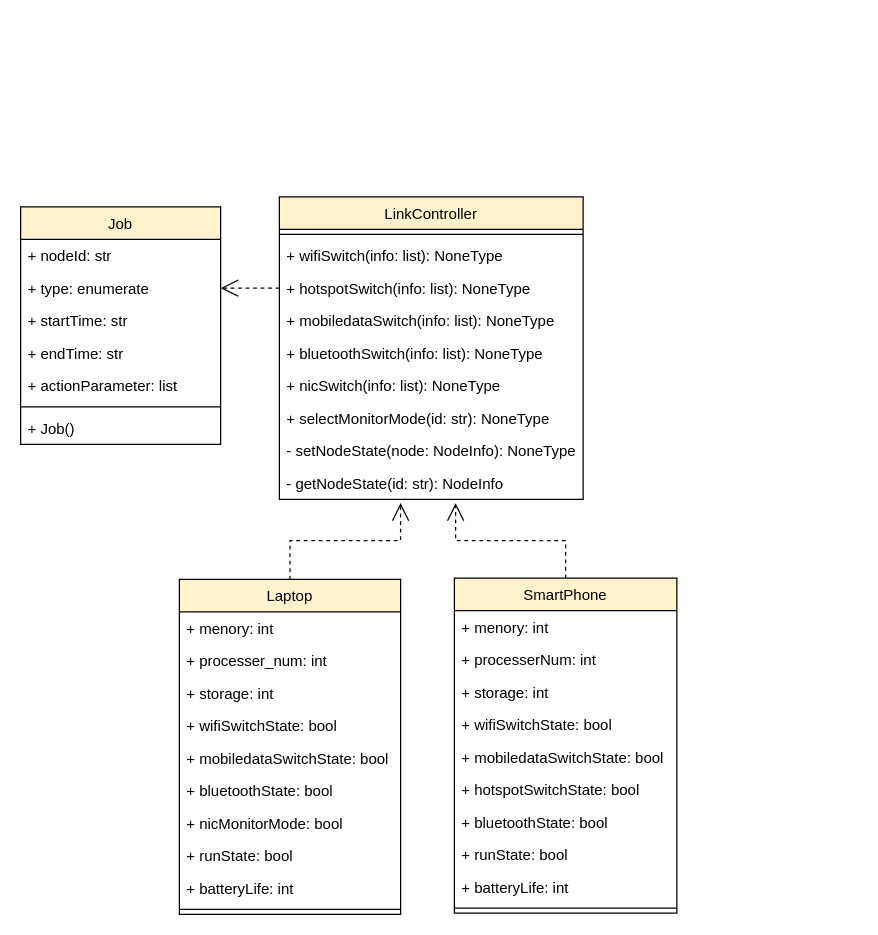
Before: page "类图_链路控制模块" (7 of 13) of 仿真功能模块UML类图.drawio in Icarus1994/neutron_conf, a draw.io diagram. Source tidied: cells renumbered, new cells numbered last; positions are measured from the earlier drawing's top-left corner, leaving out a move shared by most shapes. Both pictures are drawn from the tidied source at 125%, with x=0, y=0 at pixel (20, 196).
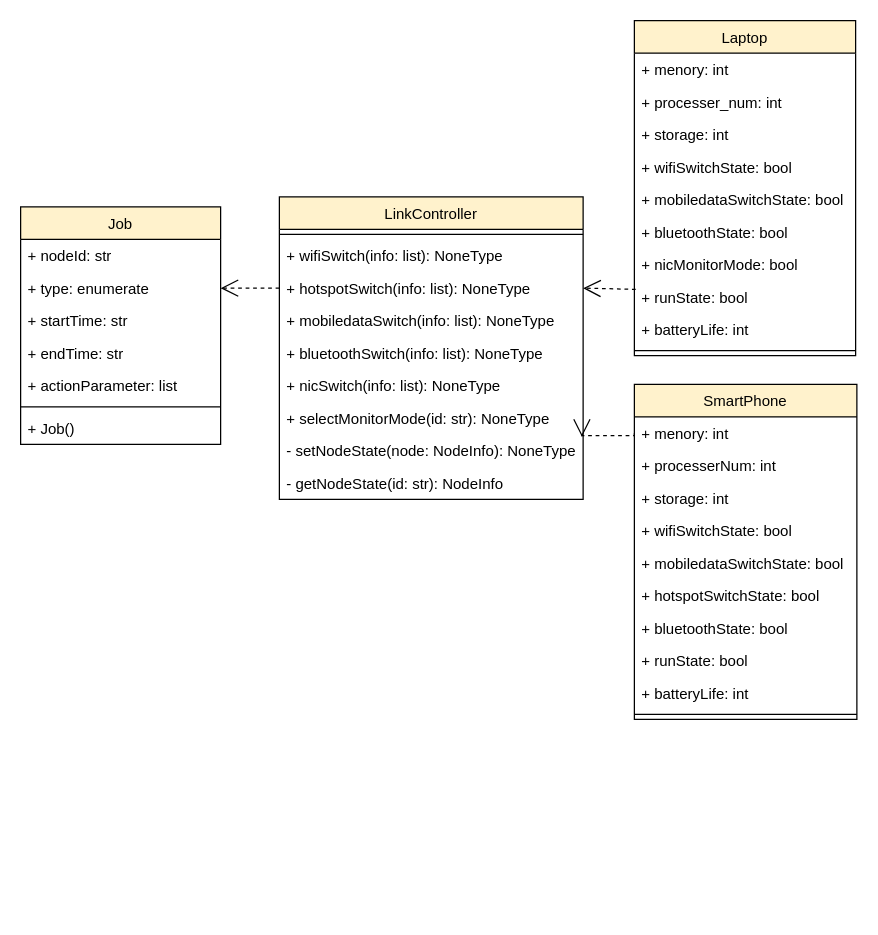
The same diagram, later.

The change refers to these unchanged cells:
```xml
<mxCell id="5" value="+ hotspotSwitch(info: list): NoneType" style="text;strokeColor=none;fillColor=none;align=left;verticalAlign=top;spacingLeft=4;spacingRight=4;overflow=hidden;points=[[0,0.5],[1,0.5]];portConstraint=eastwest;" parent="2" vertex="1">
  <mxGeometry y="60" width="243" height="26" as="geometry" />
</mxCell>
<mxCell id="10" value="- setNodeState(node: NodeInfo): NoneType" style="text;strokeColor=none;fillColor=none;align=left;verticalAlign=top;spacingLeft=4;spacingRight=4;overflow=hidden;points=[[0,0.5],[1,0.5]];portConstraint=eastwest;" parent="2" vertex="1">
  <mxGeometry y="190" width="243" height="26" as="geometry" />
</mxCell>
<mxCell id="11" value="- getNodeState(id: str): NodeInfo" style="text;strokeColor=none;fillColor=none;align=left;verticalAlign=top;spacingLeft=4;spacingRight=4;overflow=hidden;points=[[0,0.5],[1,0.5]];portConstraint=eastwest;" parent="2" vertex="1">
  <mxGeometry y="216" width="243" height="26" as="geometry" />
</mxCell>
<mxCell id="24" value="+ menory: int" style="text;strokeColor=none;fillColor=none;align=left;verticalAlign=top;spacingLeft=4;spacingRight=4;overflow=hidden;points=[[0,0.5],[1,0.5]];portConstraint=eastwest;" parent="23" vertex="1">
  <mxGeometry y="26" width="178" height="26" as="geometry" />
</mxCell>
<mxCell id="42" value="+ runState: bool" style="text;strokeColor=none;fillColor=none;align=left;verticalAlign=top;spacingLeft=4;spacingRight=4;overflow=hidden;points=[[0,0.5],[1,0.5]];portConstraint=eastwest;" parent="34" vertex="1">
  <mxGeometry y="208" width="177" height="26" as="geometry" />
</mxCell>
```

Change to the diagram source:
```diff
@@
-    <mxCell id="21" style="endArrow=open;endSize=12;dashed=1;html=1;edgeStyle=elbowEdgeStyle;rounded=0;exitX=0.5;exitY=0;exitDx=0;exitDy=0;elbow=vertical;" parent="1" edge="1" source="23">
-      <mxGeometry relative="1" as="geometry">
-        <mxPoint x="348" y="245" as="targetPoint" />
-      </mxGeometry>
+    <mxCell id="21" style="endArrow=open;endSize=12;dashed=1;html=1;edgeStyle=elbowEdgeStyle;rounded=0;exitX=0;exitY=0.5;exitDx=0;exitDy=0;elbow=vertical;entryX=0.996;entryY=0.077;entryDx=0;entryDy=0;entryPerimeter=0;" parent="1" edge="1" source="24" target="10">
+      <mxGeometry relative="1" as="geometry" />
     </mxCell>
-    <mxCell id="22" style="endArrow=open;endSize=12;dashed=1;html=1;edgeStyle=elbowEdgeStyle;rounded=0;exitX=0.5;exitY=0;exitDx=0;exitDy=0;entryX=0.399;entryY=1.115;entryDx=0;entryDy=0;entryPerimeter=0;elbow=vertical;" parent="1" edge="1" source="34" target="11">
+    <mxCell id="22" style="endArrow=open;endSize=12;dashed=1;html=1;edgeStyle=elbowEdgeStyle;rounded=0;exitX=0.006;exitY=0.269;exitDx=0;exitDy=0;entryX=1;entryY=0.5;entryDx=0;entryDy=0;elbow=vertical;exitPerimeter=0;" parent="1" edge="1" source="42" target="5">
       <mxGeometry relative="1" as="geometry" />
     </mxCell>
     <mxCell id="23" value="SmartPhone" style="swimlane;fontStyle=0;align=center;verticalAlign=top;horizontal=1;startSize=26;fillColor=#fff2cc;strokeColor=#000000;" parent="1" vertex="1">
-      <mxGeometry x="347" y="305" width="178" height="268" as="geometry" />
+      <mxGeometry x="491" y="150" width="178" height="268" as="geometry" />
     </mxCell>
@@
     <mxCell id="34" value="Laptop" style="swimlane;fontStyle=0;align=center;verticalAlign=top;horizontal=1;startSize=26;fillColor=#fff2cc;strokeColor=#000000;" parent="1" vertex="1">
-      <mxGeometry x="127" y="306" width="177" height="268" as="geometry" />
+      <mxGeometry x="491" y="-141" width="177" height="268" as="geometry" />
     </mxCell>
```
